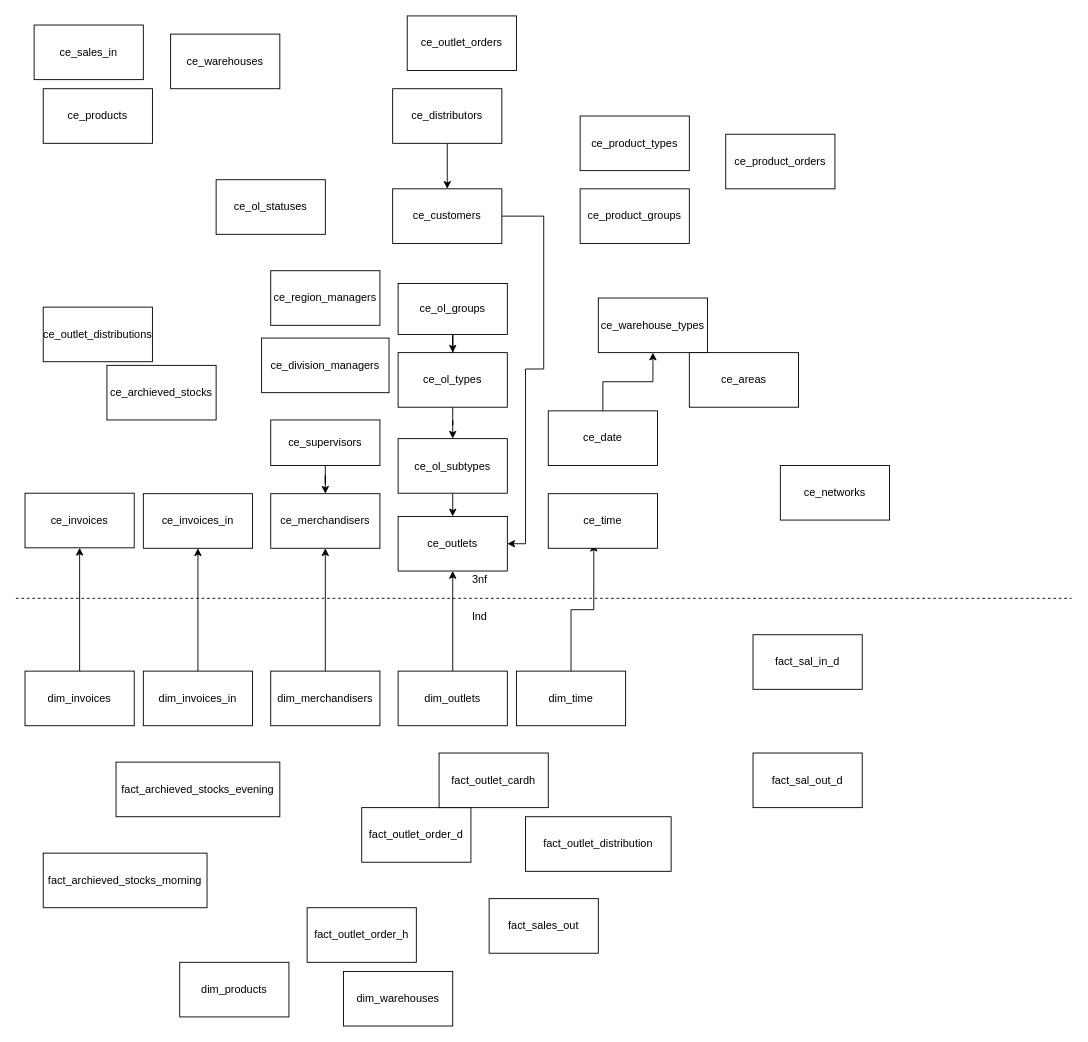
The draw.io diagram Untitled Diagram.drawio in Emma664/World-population, before the edit. Source tidied: cells renumbered, new cells numbered last; positions are measured from the earlier drawing's top-left corner, leaving out a move shared by most shapes. Both pictures are drawn from the tidied source at 91%, with x=0, y=0 at pixel (15, 15).
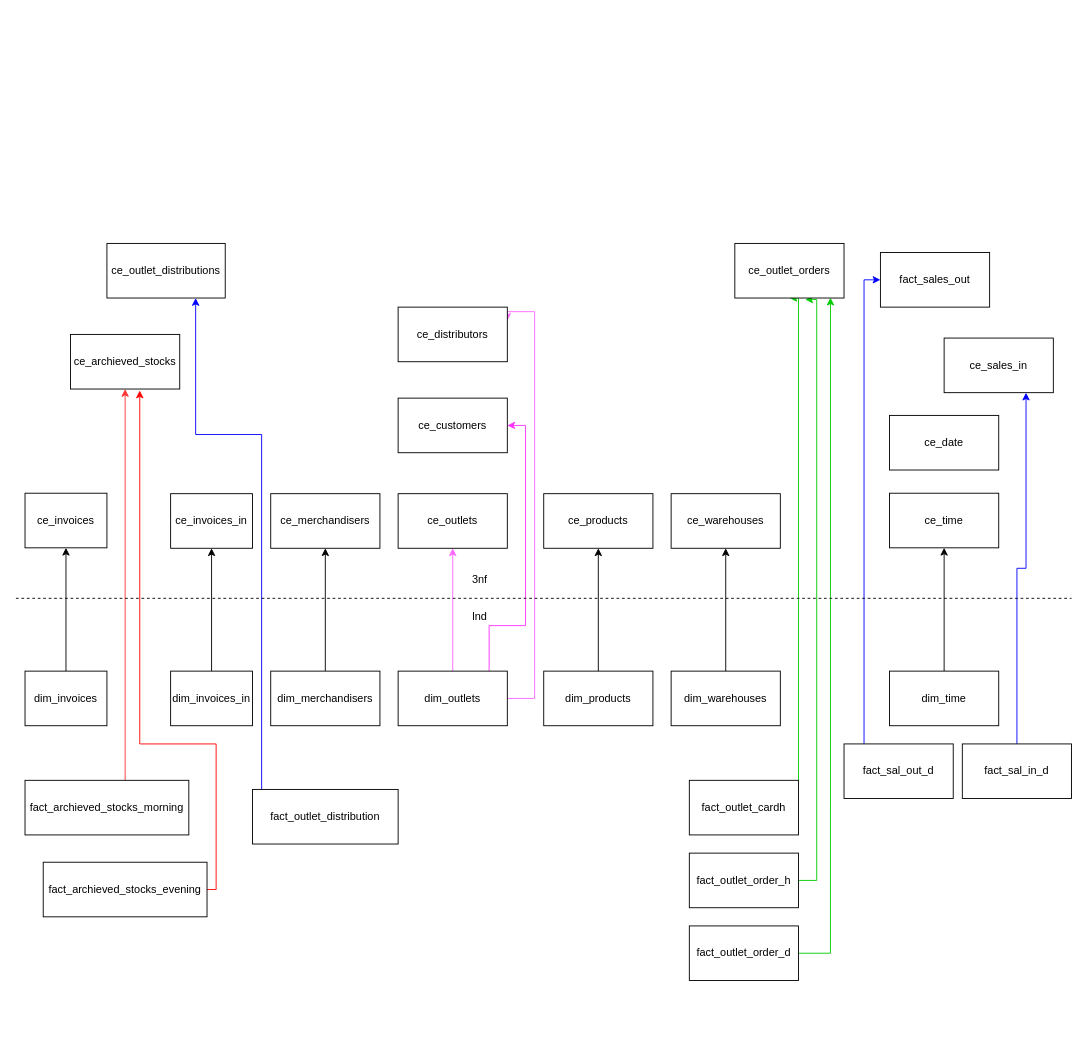
Above is the later version.

The change refers to these unchanged cells:
```xml
<mxCell id="19" value="dim_outlets" style="rounded=0;whiteSpace=wrap;html=1;" parent="1" vertex="1">
  <mxGeometry x="420" y="720" width="120" height="60" as="geometry" />
</mxCell>
<mxCell id="29" value="ce_merchandisers" style="rounded=0;whiteSpace=wrap;html=1;" parent="1" vertex="1">
  <mxGeometry x="280" y="525" width="120" height="60" as="geometry" />
</mxCell>
```

Change to the diagram source:
```diff
@@
+    <mxCell id="60" style="edgeStyle=orthogonalEdgeStyle;rounded=0;jettySize=auto;html=1;entryX=0.5;entryY=1;entryDx=0;entryDy=0;strokeColor=#FF3333;" parent="1" edge="1" source="2" target="30">
+      <mxGeometry relative="1" as="geometry">
+        <Array as="points">
+          <mxPoint x="120" y="800" />
+          <mxPoint x="120" y="800" />
+        </Array>
+      </mxGeometry>
+    </mxCell>
     <mxCell id="2" value="fact_archieved_stocks_morning" style="rounded=0;whiteSpace=wrap;html=1;" parent="1" vertex="1">
-      <mxGeometry x="30" y="920" width="180" height="60" as="geometry" />
+      <mxGeometry x="10" y="840" width="180" height="60" as="geometry" />
     </mxCell>
+    <mxCell id="61" style="edgeStyle=orthogonalEdgeStyle;rounded=0;jettySize=auto;html=1;entryX=0.634;entryY=1.027;entryDx=0;entryDy=0;entryPerimeter=0;strokeColor=#FF0000;" parent="1" edge="1" source="3" target="30">
+      <mxGeometry relative="1" as="geometry">
+        <Array as="points">
+          <mxPoint x="220" y="800" />
+          <mxPoint x="136" y="800" />
+        </Array>
+      </mxGeometry>
+    </mxCell>
     <mxCell id="3" value="fact_archieved_stocks_evening" style="rounded=0;whiteSpace=wrap;html=1;" parent="1" vertex="1">
-      <mxGeometry x="110" y="820" width="180" height="60" as="geometry" />
+      <mxGeometry x="30" y="930" width="180" height="60" as="geometry" />
     </mxCell>
@@
     <mxCell id="5" value="dim_invoices_in" style="rounded=0;whiteSpace=wrap;html=1;" parent="1" vertex="1">
-      <mxGeometry x="140" y="720" width="120" height="60" as="geometry" />
+      <mxGeometry x="170" y="720" width="90" height="60" as="geometry" />
     </mxCell>
+    <mxCell id="62" style="edgeStyle=orthogonalEdgeStyle;rounded=0;jettySize=auto;html=1;strokeColor=#00CC00;entryX=0.876;entryY=0.993;entryDx=0;entryDy=0;entryPerimeter=0;" parent="1" edge="1" source="6" target="26">
+      <mxGeometry relative="1" as="geometry">
+        <Array as="points">
+          <mxPoint x="895" y="1030" />
+        </Array>
+      </mxGeometry>
+    </mxCell>
     <mxCell id="6" value="fact_outlet_order_d" style="rounded=0;whiteSpace=wrap;html=1;" parent="1" vertex="1">
-      <mxGeometry x="380" y="870" width="120" height="60" as="geometry" />
+      <mxGeometry x="740" y="1000" width="120" height="60" as="geometry" />
     </mxCell>
+    <mxCell id="63" style="edgeStyle=orthogonalEdgeStyle;rounded=0;jettySize=auto;html=1;entryX=0.5;entryY=1;entryDx=0;entryDy=0;" parent="1" edge="1" source="7" target="23">
+      <mxGeometry relative="1" as="geometry" />
+    </mxCell>
     <mxCell id="7" value="dim_products" style="rounded=0;whiteSpace=wrap;html=1;" parent="1" vertex="1">
-      <mxGeometry x="180" y="1040" width="120" height="60" as="geometry" />
+      <mxGeometry x="580" y="720" width="120" height="60" as="geometry" />
     </mxCell>
-    <mxCell id="8" style="edgeStyle=orthogonalEdgeStyle;rounded=0;jettySize=auto;html=1;entryX=0.417;entryY=0.917;entryDx=0;entryDy=0;entryPerimeter=0;" parent="1" edge="1" source="9" target="28">
+    <mxCell id="8" style="edgeStyle=orthogonalEdgeStyle;rounded=0;jettySize=auto;html=1;entryX=0.5;entryY=1;entryDx=0;entryDy=0;" parent="1" edge="1" source="9" target="28">
       <mxGeometry relative="1" as="geometry" />
     </mxCell>
     <mxCell id="9" value="dim_time" style="rounded=0;whiteSpace=wrap;html=1;" parent="1" vertex="1">
-      <mxGeometry x="550" y="720" width="120" height="60" as="geometry" />
+      <mxGeometry x="960" y="720" width="120" height="60" as="geometry" />
     </mxCell>
+    <mxCell id="64" style="edgeStyle=orthogonalEdgeStyle;rounded=0;jettySize=auto;html=1;entryX=0.645;entryY=1.029;entryDx=0;entryDy=0;entryPerimeter=0;strokeColor=#00CC00;" parent="1" edge="1" source="10" target="26">
+      <mxGeometry relative="1" as="geometry">
+        <Array as="points">
+          <mxPoint x="880" y="950" />
+          <mxPoint x="880" y="312" />
+        </Array>
+      </mxGeometry>
+    </mxCell>
     <mxCell id="10" value="fact_outlet_order_h" style="rounded=0;whiteSpace=wrap;html=1;" parent="1" vertex="1">
-      <mxGeometry x="320" y="980" width="120" height="60" as="geometry" />
+      <mxGeometry x="740" y="920" width="120" height="60" as="geometry" />
     </mxCell>
@@
     <mxCell id="12" value="dim_invoices" style="rounded=0;whiteSpace=wrap;html=1;" parent="1" vertex="1">
-      <mxGeometry x="10" y="720" width="120" height="60" as="geometry" />
+      <mxGeometry x="10" y="720" width="90" height="60" as="geometry" />
     </mxCell>
+    <mxCell id="65" style="edgeStyle=orthogonalEdgeStyle;rounded=0;jettySize=auto;html=1;entryX=0.75;entryY=1;entryDx=0;entryDy=0;strokeColor=#0000FF;" parent="1" edge="1" source="13" target="34">
+      <mxGeometry relative="1" as="geometry">
+        <Array as="points">
+          <mxPoint x="270" y="460" />
+          <mxPoint x="198" y="460" />
+        </Array>
+      </mxGeometry>
+    </mxCell>
     <mxCell id="13" value="fact_outlet_distribution" style="rounded=0;whiteSpace=wrap;html=1;" parent="1" vertex="1">
-      <mxGeometry x="560" y="880" width="160" height="60" as="geometry" />
+      <mxGeometry x="260" y="850" width="160" height="60" as="geometry" />
     </mxCell>
+    <mxCell id="66" style="edgeStyle=orthogonalEdgeStyle;rounded=0;jettySize=auto;html=1;entryX=0.75;entryY=1;entryDx=0;entryDy=0;strokeColor=#0000FF;" parent="1" edge="1" source="14" target="32">
+      <mxGeometry relative="1" as="geometry" />
+    </mxCell>
     <mxCell id="14" value="fact_sal_in_d" style="rounded=0;whiteSpace=wrap;html=1;" parent="1" vertex="1">
-      <mxGeometry x="810" y="680" width="120" height="60" as="geometry" />
+      <mxGeometry x="1040" y="800" width="120" height="60" as="geometry" />
     </mxCell>
+    <mxCell id="67" style="edgeStyle=orthogonalEdgeStyle;rounded=0;jettySize=auto;html=1;entryX=0;entryY=0.5;entryDx=0;entryDy=0;strokeColor=#0000FF;" parent="1" edge="1" source="15" target="31">
+      <mxGeometry relative="1" as="geometry">
+        <Array as="points">
+          <mxPoint x="932" y="290" />
+        </Array>
+      </mxGeometry>
+    </mxCell>
     <mxCell id="15" value="fact_sal_out_d" style="rounded=0;whiteSpace=wrap;html=1;" parent="1" vertex="1">
-      <mxGeometry x="810" y="810" width="120" height="60" as="geometry" />
+      <mxGeometry x="910" y="800" width="120" height="60" as="geometry" />
     </mxCell>
+    <mxCell id="68" style="edgeStyle=orthogonalEdgeStyle;rounded=0;jettySize=auto;html=1;entryX=0.5;entryY=1;entryDx=0;entryDy=0;strokeColor=#00CC00;" parent="1" edge="1" source="16" target="26">
+      <mxGeometry relative="1" as="geometry">
+        <Array as="points">
+          <mxPoint x="860" y="310" />
+        </Array>
+      </mxGeometry>
+    </mxCell>
     <mxCell id="16" value="fact_outlet_cardh" style="rounded=0;whiteSpace=wrap;html=1;" parent="1" vertex="1">
-      <mxGeometry x="465" y="810" width="120" height="60" as="geometry" />
+      <mxGeometry x="740" y="840" width="120" height="60" as="geometry" />
     </mxCell>
+    <mxCell id="69" style="edgeStyle=orthogonalEdgeStyle;rounded=0;jettySize=auto;html=1;entryX=0.5;entryY=1;entryDx=0;entryDy=0;" parent="1" edge="1" source="17" target="25">
+      <mxGeometry relative="1" as="geometry" />
+    </mxCell>
     <mxCell id="17" value="dim_warehouses" style="rounded=0;whiteSpace=wrap;html=1;" parent="1" vertex="1">
-      <mxGeometry x="360" y="1050" width="120" height="60" as="geometry" />
+      <mxGeometry x="720" y="720" width="120" height="60" as="geometry" />
     </mxCell>
-    <mxCell id="18" style="edgeStyle=orthogonalEdgeStyle;rounded=0;jettySize=auto;html=1;entryX=0.5;entryY=1;entryDx=0;entryDy=0;" parent="1" edge="1" source="19" target="33">
+    <mxCell id="18" style="edgeStyle=orthogonalEdgeStyle;rounded=0;jettySize=auto;html=1;entryX=0.5;entryY=1;entryDx=0;entryDy=0;strokeColor=#FF66FF;" parent="1" edge="1" source="19" target="33">
       <mxGeometry relative="1" as="geometry" />
     </mxCell>
+    <mxCell id="70" style="edgeStyle=orthogonalEdgeStyle;rounded=0;jettySize=auto;html=1;entryX=1;entryY=0.5;entryDx=0;entryDy=0;strokeColor=#FF33FF;" parent="1" edge="1" source="19" target="47">
+      <mxGeometry relative="1" as="geometry">
+        <Array as="points">
+          <mxPoint x="520" y="670" />
+          <mxPoint x="560" y="670" />
+          <mxPoint x="560" y="450" />
+        </Array>
+      </mxGeometry>
+    </mxCell>
+    <mxCell id="71" style="edgeStyle=orthogonalEdgeStyle;rounded=0;jettySize=auto;html=1;entryX=1;entryY=0.25;entryDx=0;entryDy=0;strokeColor=#FF66FF;" parent="1" edge="1" source="19" target="57">
+      <mxGeometry relative="1" as="geometry">
+        <Array as="points">
+          <mxPoint x="570" y="750" />
+          <mxPoint x="570" y="325" />
+        </Array>
+      </mxGeometry>
+    </mxCell>
@@
-    <mxCell id="22" value="ce_product_orders" style="rounded=0;whiteSpace=wrap;html=1;" parent="1" vertex="1">
-      <mxGeometry x="780" y="130" width="120" height="60" as="geometry" />
-    </mxCell>
     <mxCell id="23" value="ce_products" style="rounded=0;whiteSpace=wrap;html=1;" parent="1" vertex="1">
-      <mxGeometry x="30" y="80" width="120" height="60" as="geometry" />
+      <mxGeometry x="580" y="525" width="120" height="60" as="geometry" />
     </mxCell>
     <mxCell id="24" value="ce_invoices_in" style="rounded=0;whiteSpace=wrap;html=1;" parent="1" vertex="1">
-      <mxGeometry x="140" y="525" width="120" height="60" as="geometry" />
+      <mxGeometry x="170" y="525" width="90" height="60" as="geometry" />
     </mxCell>
     <mxCell id="25" value="ce_warehouses" style="rounded=0;whiteSpace=wrap;html=1;" parent="1" vertex="1">
-      <mxGeometry x="170" y="20" width="120" height="60" as="geometry" />
+      <mxGeometry x="720" y="525" width="120" height="60" as="geometry" />
     </mxCell>
     <mxCell id="26" value="ce_outlet_orders" style="rounded=0;whiteSpace=wrap;html=1;" parent="1" vertex="1">
-      <mxGeometry x="430" width="120" height="60" as="geometry" />
+      <mxGeometry x="790" y="250" width="120" height="60" as="geometry" />
     </mxCell>
     <mxCell id="27" value="ce_invoices" style="rounded=0;whiteSpace=wrap;html=1;" parent="1" vertex="1">
-      <mxGeometry x="10" y="524.5" width="120" height="60" as="geometry" />
+      <mxGeometry x="10" y="524.5" width="90" height="60" as="geometry" />
     </mxCell>
     <mxCell id="28" value="ce_time" style="rounded=0;whiteSpace=wrap;html=1;" parent="1" vertex="1">
-      <mxGeometry x="585" y="525" width="120" height="60" as="geometry" />
+      <mxGeometry x="960" y="524.5" width="120" height="60" as="geometry" />
     </mxCell>
@@
     <mxCell id="30" value="ce_archieved_stocks" style="rounded=0;whiteSpace=wrap;html=1;" parent="1" vertex="1">
-      <mxGeometry x="100" y="384" width="120" height="60" as="geometry" />
+      <mxGeometry x="60" y="350" width="120" height="60" as="geometry" />
     </mxCell>
     <mxCell id="31" value="fact_sales_out" style="rounded=0;whiteSpace=wrap;html=1;" parent="1" vertex="1">
-      <mxGeometry x="520" y="970" width="120" height="60" as="geometry" />
+      <mxGeometry x="950" y="260" width="120" height="60" as="geometry" />
     </mxCell>
     <mxCell id="32" value="ce_sales_in" style="rounded=0;whiteSpace=wrap;html=1;" parent="1" vertex="1">
-      <mxGeometry x="20" y="10" width="120" height="60" as="geometry" />
+      <mxGeometry x="1020" y="354" width="120" height="60" as="geometry" />
     </mxCell>
     <mxCell id="33" value="ce_outlets" style="rounded=0;whiteSpace=wrap;html=1;" parent="1" vertex="1">
-      <mxGeometry x="420" y="550" width="120" height="60" as="geometry" />
+      <mxGeometry x="420" y="525" width="120" height="60" as="geometry" />
     </mxCell>
     <mxCell id="34" value="ce_outlet_distributions" style="rounded=0;whiteSpace=wrap;html=1;" parent="1" vertex="1">
-      <mxGeometry x="30" y="320" width="120" height="60" as="geometry" />
+      <mxGeometry x="100" y="250" width="130" height="60" as="geometry" />
     </mxCell>
-    <mxCell id="35" style="edgeStyle=orthogonalEdgeStyle;rounded=0;jettySize=auto;html=1;" parent="1" edge="1" source="36" target="39">
-      <mxGeometry relative="1" as="geometry" />
-    </mxCell>
     <mxCell id="36" value="ce_date" style="rounded=0;whiteSpace=wrap;html=1;" parent="1" vertex="1">
-      <mxGeometry x="585" y="434" width="120" height="60" as="geometry" />
+      <mxGeometry x="960" y="439" width="120" height="60" as="geometry" />
     </mxCell>
-    <mxCell id="37" value="ce_product_types" style="rounded=0;whiteSpace=wrap;html=1;" parent="1" vertex="1">
-      <mxGeometry x="620" y="110" width="120" height="60" as="geometry" />
-    </mxCell>
-    <mxCell id="38" value="ce_product_groups" style="rounded=0;whiteSpace=wrap;html=1;" parent="1" vertex="1">
-      <mxGeometry x="620" y="190" width="120" height="60" as="geometry" />
-    </mxCell>
-    <mxCell id="39" value="ce_warehouse_types" style="rounded=0;whiteSpace=wrap;html=1;" parent="1" vertex="1">
-      <mxGeometry x="640" y="310" width="120" height="60" as="geometry" />
-    </mxCell>
-    <mxCell id="40" style="edgeStyle=orthogonalEdgeStyle;rounded=0;jettySize=auto;html=1;" parent="1" edge="1" source="41">
-      <mxGeometry relative="1" as="geometry">
-        <mxPoint x="480" y="550" as="targetPoint" />
-      </mxGeometry>
-    </mxCell>
-    <mxCell id="41" value="ce_ol_subtypes" style="rounded=0;whiteSpace=wrap;html=1;" parent="1" vertex="1">
-      <mxGeometry x="420" y="464.5" width="120" height="60" as="geometry" />
-    </mxCell>
-    <mxCell id="42" style="edgeStyle=orthogonalEdgeStyle;rounded=0;jettySize=auto;html=1;" parent="1" edge="1" source="43" target="41">
-      <mxGeometry relative="1" as="geometry" />
-    </mxCell>
-    <mxCell id="43" value="ce_ol_types" style="rounded=0;whiteSpace=wrap;html=1;" parent="1" vertex="1">
-      <mxGeometry x="420" y="370" width="120" height="60" as="geometry" />
-    </mxCell>
-    <mxCell id="44" value="ce_areas" style="rounded=0;whiteSpace=wrap;html=1;" parent="1" vertex="1">
-      <mxGeometry x="740" y="370" width="120" height="60" as="geometry" />
-    </mxCell>
-    <mxCell id="45" value="ce_networks" style="rounded=0;whiteSpace=wrap;html=1;" parent="1" vertex="1">
-      <mxGeometry x="840" y="494" width="120" height="60" as="geometry" />
-    </mxCell>
-    <mxCell id="46" style="edgeStyle=orthogonalEdgeStyle;rounded=0;jettySize=auto;html=1;" parent="1" edge="1" source="47" target="33">
-      <mxGeometry relative="1" as="geometry">
-        <Array as="points">
-          <mxPoint x="580" y="220" />
-          <mxPoint x="580" y="388" />
-          <mxPoint x="560" y="388" />
-          <mxPoint x="560" y="580" />
-        </Array>
-      </mxGeometry>
-    </mxCell>
     <mxCell id="47" value="ce_customers" style="rounded=0;whiteSpace=wrap;html=1;" parent="1" vertex="1">
-      <mxGeometry x="414" y="190" width="120" height="60" as="geometry" />
+      <mxGeometry x="420" y="420" width="120" height="60" as="geometry" />
     </mxCell>
-    <mxCell id="48" value="ce_ol_statuses" style="rounded=0;whiteSpace=wrap;html=1;" parent="1" vertex="1">
-      <mxGeometry x="220" y="180" width="120" height="60" as="geometry" />
-    </mxCell>
-    <mxCell id="49" style="edgeStyle=orthogonalEdgeStyle;rounded=0;jettySize=auto;html=1;entryX=0.5;entryY=0;entryDx=0;entryDy=0;" parent="1" edge="1" source="50" target="29">
-      <mxGeometry relative="1" as="geometry" />
-    </mxCell>
-    <mxCell id="50" value="ce_supervisors" style="rounded=0;whiteSpace=wrap;html=1;" parent="1" vertex="1">
-      <mxGeometry x="280" y="444" width="120" height="50" as="geometry" />
-    </mxCell>
-    <mxCell id="51" value="ce_division_managers" style="rounded=0;whiteSpace=wrap;html=1;" parent="1" vertex="1">
-      <mxGeometry x="270" y="354" width="140" height="60" as="geometry" />
-    </mxCell>
-    <mxCell id="52" value="ce_region_managers" style="rounded=0;whiteSpace=wrap;html=1;" parent="1" vertex="1">
-      <mxGeometry x="280" y="280" width="120" height="60" as="geometry" />
-    </mxCell>
@@
-    <mxCell id="56" style="edgeStyle=orthogonalEdgeStyle;rounded=0;jettySize=auto;html=1;entryX=0.5;entryY=0;entryDx=0;entryDy=0;" parent="1" edge="1" source="57" target="47">
-      <mxGeometry relative="1" as="geometry" />
-    </mxCell>
     <mxCell id="57" value="ce_distributors" style="rounded=0;whiteSpace=wrap;html=1;strokeColor=#000000;" parent="1" vertex="1">
-      <mxGeometry x="414" y="80" width="120" height="60" as="geometry" />
+      <mxGeometry x="420" y="320" width="120" height="60" as="geometry" />
     </mxCell>
-    <mxCell id="58" style="edgeStyle=orthogonalEdgeStyle;rounded=0;jettySize=auto;html=1;" parent="1" edge="1" source="59" target="43">
-      <mxGeometry relative="1" as="geometry" />
-    </mxCell>
-    <mxCell id="59" value="ce_ol_groups" style="rounded=0;whiteSpace=wrap;html=1;strokeColor=#000000;" parent="1" vertex="1">
-      <mxGeometry x="420" y="294" width="120" height="56" as="geometry" />
-    </mxCell>
```
